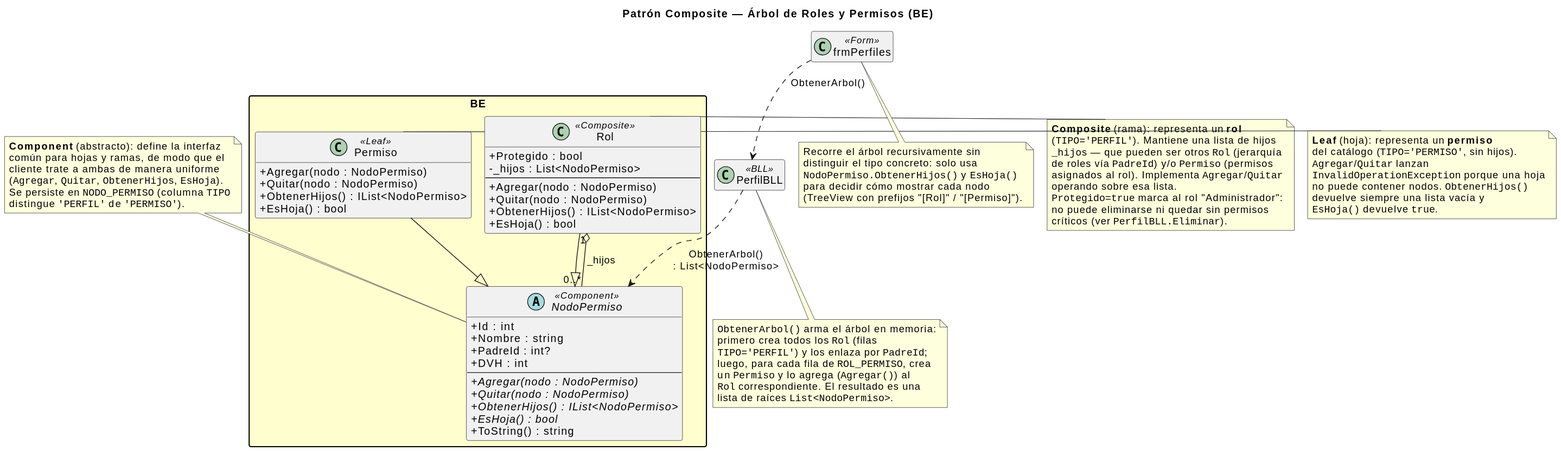
Earlier version of the PlantUML export DIAGRAMAS/DiagramaClases_Composite.svg (Urrels/ingenieria_software). Its diagram source:
```plantuml
@startuml
!pragma layout smetana
skinparam classAttributeIconSize 0
skinparam packageStyle rectangle
hide empty members

title Patrón Composite — Árbol de Roles y Permisos (BE)

package "BE" #FEFECE {

  abstract class NodoPermiso <<Component>> {
    + Id : int
    + Nombre : string
    + PadreId : int?
    + DVH : int
    --
    + {abstract} Agregar(nodo : NodoPermiso)
    + {abstract} Quitar(nodo : NodoPermiso)
    + {abstract} ObtenerHijos() : IList<NodoPermiso>
    + {abstract} EsHoja() : bool
    + ToString() : string
  }

  class Rol <<Composite>> {
    + Protegido : bool
    - _hijos : List<NodoPermiso>
    --
    + Agregar(nodo : NodoPermiso)
    + Quitar(nodo : NodoPermiso)
    + ObtenerHijos() : IList<NodoPermiso>
    + EsHoja() : bool
  }

  class Permiso <<Leaf>> {
    + Agregar(nodo : NodoPermiso)
    + Quitar(nodo : NodoPermiso)
    + ObtenerHijos() : IList<NodoPermiso>
    + EsHoja() : bool
  }

  Rol --|> NodoPermiso
  Permiso --|> NodoPermiso
  Rol "1" o-- "0..*" NodoPermiso : _hijos
}


note top of NodoPermiso
  **Component** (abstracto): define la interfaz
  común para hojas y ramas, de modo que el
  cliente trate a ambas de manera uniforme
  (""Agregar"", ""Quitar"", ""ObtenerHijos"", ""EsHoja"").
  Se persiste en ""NODO_PERMISO"" (columna ""TIPO""
  distingue ""'PERFIL'"" de ""'PERMISO'"").
end note

note right of Rol
  **Composite** (rama): representa un **rol**
  (""TIPO='PERFIL'""). Mantiene una lista de hijos
  ""_hijos"" — que pueden ser otros ""Rol"" (jerarquía
  de roles vía ""PadreId"") y/o ""Permiso"" (permisos
  asignados al rol). Implementa ""Agregar""/""Quitar""
  operando sobre esa lista.
  ""Protegido=true"" marca al rol "Administrador":
  no puede eliminarse ni quedar sin permisos
  críticos (ver ""PerfilBLL.Eliminar"").
end note

note right of Permiso
  **Leaf** (hoja): representa un **permiso**
  del catálogo (""TIPO='PERMISO'"", sin hijos).
  ""Agregar""/""Quitar"" lanzan
  ""InvalidOperationException"" porque una hoja
  no puede contener nodos. ""ObtenerHijos()""
  devuelve siempre una lista vacía y
  ""EsHoja()"" devuelve ""true"".
end note


class PerfilBLL <<BLL>>
class frmPerfiles <<Form>>

PerfilBLL ..> NodoPermiso : ObtenerArbol()\n: List<NodoPermiso>
frmPerfiles ..> PerfilBLL : ObtenerArbol()

note bottom of PerfilBLL
  ""ObtenerArbol()"" arma el árbol en memoria:
  primero crea todos los ""Rol"" (filas
  ""TIPO='PERFIL'"") y los enlaza por ""PadreId"";
  luego, para cada fila de ""ROL_PERMISO"", crea
  un ""Permiso"" y lo agrega (""Agregar()"") al
  ""Rol"" correspondiente. El resultado es una
  lista de raíces ""List<NodoPermiso>"".
end note

note bottom of frmPerfiles
  Recorre el árbol recursivamente sin
  distinguir el tipo concreto: solo usa
  ""NodoPermiso.ObtenerHijos()"" y ""EsHoja()""
  para decidir cómo mostrar cada nodo
  (TreeView con prefijos "[Rol]" / "[Permiso]").
end note
@enduml
```
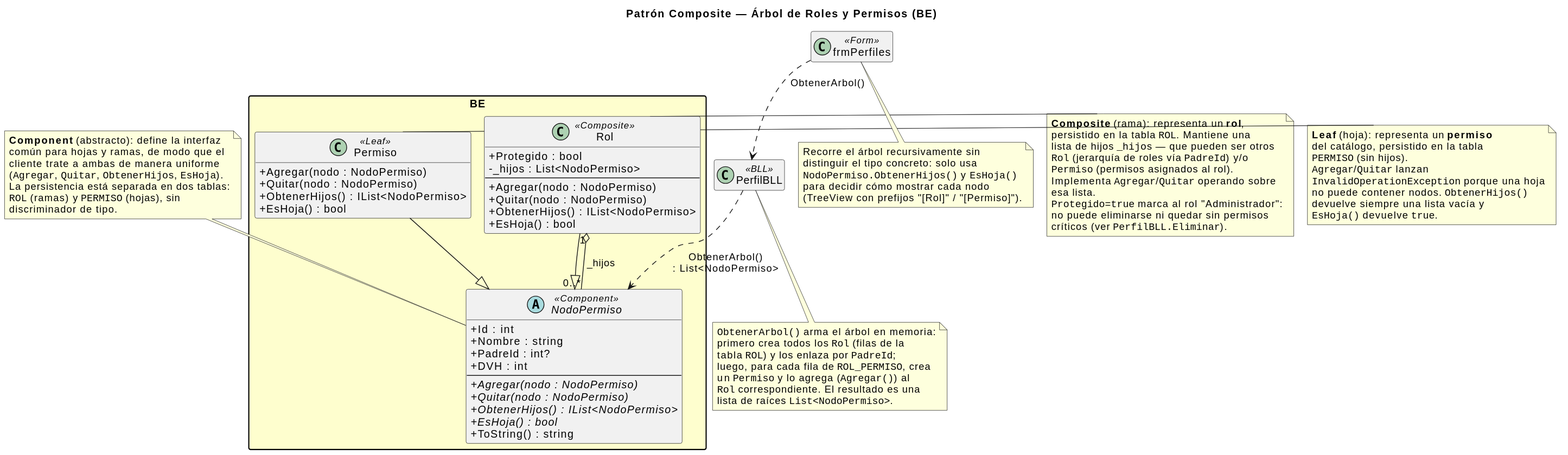
The same file after the commit.

Commit message:
docs: actualiza diagramas al modelo ROL/PERMISO separado

What changed in the source:
```diff
@@ -49,17 +49,19 @@
   común para hojas y ramas, de modo que el
   cliente trate a ambas de manera uniforme
   (""Agregar"", ""Quitar"", ""ObtenerHijos"", ""EsHoja"").
-  Se persiste en ""NODO_PERMISO"" (columna ""TIPO""
-  distingue ""'PERFIL'"" de ""'PERMISO'"").
+  La persistencia está separada en dos tablas:
+  ""ROL"" (ramas) y ""PERMISO"" (hojas), sin
+  discriminador de tipo.
 end note
 
 note right of Rol
-  **Composite** (rama): representa un **rol**
-  (""TIPO='PERFIL'""). Mantiene una lista de hijos
-  ""_hijos"" — que pueden ser otros ""Rol"" (jerarquía
-  de roles vía ""PadreId"") y/o ""Permiso"" (permisos
-  asignados al rol). Implementa ""Agregar""/""Quitar""
-  operando sobre esa lista.
+  **Composite** (rama): representa un **rol**,
+  persistido en la tabla ""ROL"". Mantiene una
+  lista de hijos ""_hijos"" — que pueden ser otros
+  ""Rol"" (jerarquía de roles vía ""PadreId"") y/o
+  ""Permiso"" (permisos asignados al rol).
+  Implementa ""Agregar""/""Quitar"" operando sobre
+  esa lista.
   ""Protegido=true"" marca al rol "Administrador":
   no puede eliminarse ni quedar sin permisos
   críticos (ver ""PerfilBLL.Eliminar"").
@@ -67,7 +69,8 @@
 
 note right of Permiso
   **Leaf** (hoja): representa un **permiso**
-  del catálogo (""TIPO='PERMISO'"", sin hijos).
+  del catálogo, persistido en la tabla
+  ""PERMISO"" (sin hijos).
   ""Agregar""/""Quitar"" lanzan
   ""InvalidOperationException"" porque una hoja
   no puede contener nodos. ""ObtenerHijos()""
@@ -84,8 +87,8 @@
 
 note bottom of PerfilBLL
   ""ObtenerArbol()"" arma el árbol en memoria:
-  primero crea todos los ""Rol"" (filas
-  ""TIPO='PERFIL'"") y los enlaza por ""PadreId"";
+  primero crea todos los ""Rol"" (filas de la
+  tabla ""ROL"") y los enlaza por ""PadreId"";
   luego, para cada fila de ""ROL_PERMISO"", crea
   un ""Permiso"" y lo agrega (""Agregar()"") al
   ""Rol"" correspondiente. El resultado es una
```
